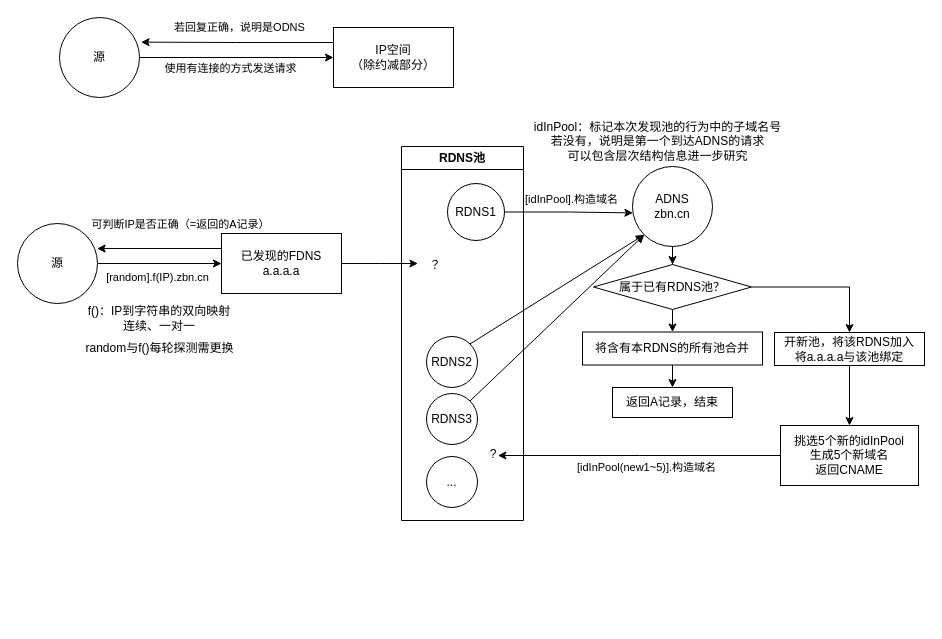
Earlier version of the draw.io diagram demo/FDNS发现.drawio (BoningZ/draw.io). Source tidied: cells renumbered, new cells numbered last; positions are measured from the earlier drawing's top-left corner, leaving out a move shared by most shapes. Both pictures are drawn from the tidied source at 100%, with x=0, y=0 at pixel (17, 17).
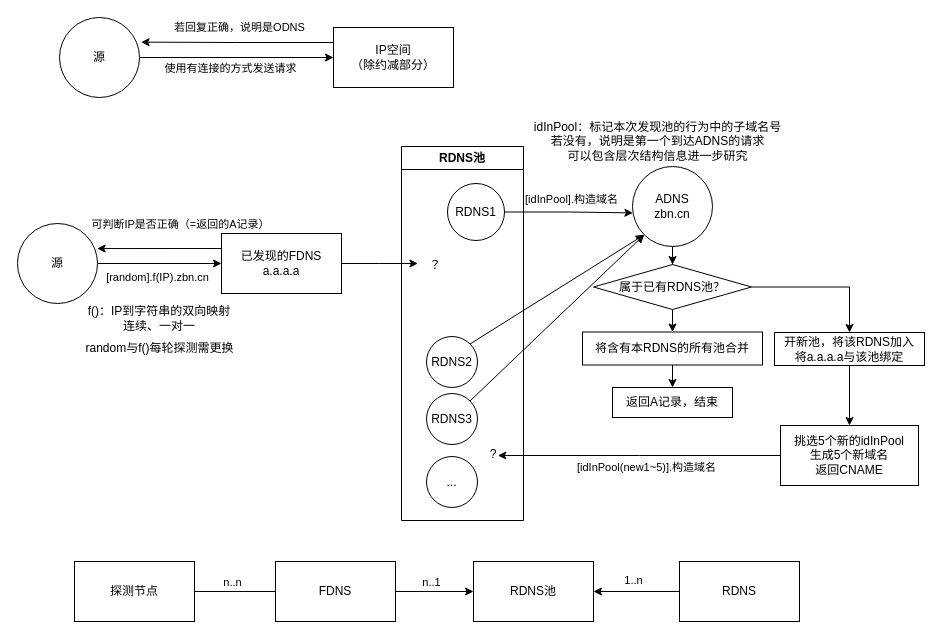
Above is the later version.

Diff of the diagram source:
```diff
@@
+    <mxCell id="43" style="edgeStyle=orthogonalEdgeStyle;rounded=0;jettySize=auto;html=1;exitX=1;exitY=0.5;exitDx=0;exitDy=0;entryX=0;entryY=0.5;entryDx=0;entryDy=0;endArrow=none;endFill=0;" parent="1" edge="1" source="45" target="48">
+      <mxGeometry relative="1" as="geometry" />
+    </mxCell>
+    <mxCell id="44" value="n..n" style="edgeLabel;html=1;align=center;verticalAlign=middle;" parent="43" vertex="1">
+      <mxGeometry x="-0.24" y="1" relative="1" as="geometry">
+        <mxPoint x="6" y="-9" as="offset" />
+      </mxGeometry>
+    </mxCell>
+    <mxCell id="45" value="探测节点" style="rounded=0;whiteSpace=wrap;html=1;" parent="1" vertex="1">
+      <mxGeometry x="57" y="544" width="120" height="60" as="geometry" />
+    </mxCell>
+    <mxCell id="46" style="edgeStyle=orthogonalEdgeStyle;rounded=0;jettySize=auto;html=1;exitX=1;exitY=0.5;exitDx=0;exitDy=0;entryX=0;entryY=0.5;entryDx=0;entryDy=0;" parent="1" edge="1" source="48" target="49">
+      <mxGeometry relative="1" as="geometry" />
+    </mxCell>
+    <mxCell id="47" value="n..1" style="edgeLabel;html=1;align=center;verticalAlign=middle;" parent="46" vertex="1">
+      <mxGeometry x="-0.16" relative="1" as="geometry">
+        <mxPoint x="2" y="-10" as="offset" />
+      </mxGeometry>
+    </mxCell>
+    <mxCell id="48" value="FDNS" style="rounded=0;whiteSpace=wrap;html=1;" parent="1" vertex="1">
+      <mxGeometry x="258" y="544" width="120" height="60" as="geometry" />
+    </mxCell>
+    <mxCell id="49" value="RDNS池" style="rounded=0;whiteSpace=wrap;html=1;" parent="1" vertex="1">
+      <mxGeometry x="456" y="544" width="120" height="60" as="geometry" />
+    </mxCell>
+    <mxCell id="50" style="edgeStyle=orthogonalEdgeStyle;rounded=0;jettySize=auto;html=1;exitX=0;exitY=0.5;exitDx=0;exitDy=0;entryX=1;entryY=0.5;entryDx=0;entryDy=0;" parent="1" edge="1" source="52" target="49">
+      <mxGeometry relative="1" as="geometry" />
+    </mxCell>
+    <mxCell id="51" value="1..n" style="edgeLabel;html=1;align=center;verticalAlign=middle;" parent="50" vertex="1">
+      <mxGeometry x="0.17" y="-2" relative="1" as="geometry">
+        <mxPoint x="3" y="-10" as="offset" />
+      </mxGeometry>
+    </mxCell>
+    <mxCell id="52" value="RDNS" style="rounded=0;whiteSpace=wrap;html=1;" parent="1" vertex="1">
+      <mxGeometry x="662" y="544" width="120" height="60" as="geometry" />
+    </mxCell>
```
